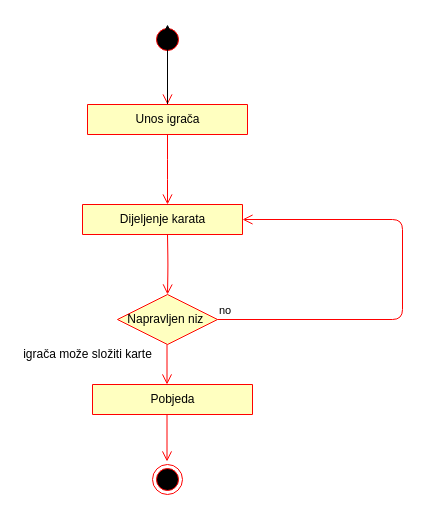
Before: page "Activity:Igranje Solitaire" (2 of 3) of dijagram.drawio in NinaMaretic/Solitaire, a draw.io diagram. Source tidied: cells renumbered, new cells numbered last; positions are measured from the earlier drawing's top-left corner, leaving out a move shared by most shapes. Both pictures are drawn from the tidied source at 100%, with x=0, y=0 at pixel (17, 24).
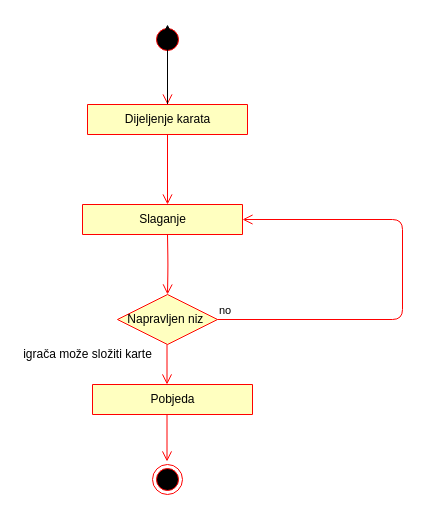
Above is the later version.

The edit, as a diff of the source:
```diff
@@
-    <mxCell id="8" style="edgeStyle=orthogonalEdgeStyle;rounded=0;jettySize=auto;html=1;" parent="1" edge="1" source="9">
+    <mxCell id="8" style="edgeStyle=orthogonalEdgeStyle;rounded=0;orthogonalLoop=1;jettySize=auto;html=1;" parent="1" edge="1">
       <mxGeometry relative="1" as="geometry">
+        <mxPoint x="150" y="80" as="sourcePoint" />
         <mxPoint x="150" as="targetPoint" />
       </mxGeometry>
     </mxCell>
-    <mxCell id="9" value="&lt;span style=&quot;font-weight: 400&quot;&gt;Unos igrača&lt;/span&gt;" style="swimlane;html=1;fontStyle=1;align=center;verticalAlign=middle;horizontal=1;startSize=30;fontColor=#000000;rounded=1;arcSize=30;strokeColor=#ff0000;fillColor=#ffffc0;swimlaneFillColor=#ffffc0;" parent="1" vertex="1">
-      <mxGeometry x="70" y="80" width="160" height="30" as="geometry" />
-    </mxCell>
-    <mxCell id="10" style="edgeStyle=orthogonalEdgeStyle;html=1;verticalAlign=bottom;endArrow=open;endSize=8;strokeColor=#ff0000;exitX=0.5;exitY=1;exitDx=0;exitDy=0;" parent="1" edge="1" source="9">
+    <mxCell id="10" style="edgeStyle=orthogonalEdgeStyle;html=1;verticalAlign=bottom;endArrow=open;endSize=8;strokeColor=#ff0000;exitX=0.5;exitY=1;exitDx=0;exitDy=0;" parent="1" edge="1">
       <mxGeometry relative="1" as="geometry">
+        <mxPoint x="150" y="110" as="sourcePoint" />
         <mxPoint x="150" y="180" as="targetPoint" />
       </mxGeometry>
     </mxCell>
-    <mxCell id="11" value="&lt;span style=&quot;font-weight: 400&quot;&gt;Dijeljenje karata&lt;/span&gt;" style="swimlane;html=1;fontStyle=1;align=center;verticalAlign=middle;horizontal=1;startSize=30;fontColor=#000000;rounded=1;arcSize=30;strokeColor=#ff0000;fillColor=#ffffc0;swimlaneFillColor=#ffffc0;" parent="1" vertex="1">
+    <mxCell id="11" value="&lt;span style=&quot;font-weight: 400&quot;&gt;Slaganje&lt;/span&gt;" style="swimlane;html=1;fontStyle=1;align=center;verticalAlign=middle;horizontal=1;startSize=30;fontColor=#000000;rounded=1;arcSize=30;strokeColor=#ff0000;fillColor=#ffffc0;swimlaneFillColor=#ffffc0;" parent="1" vertex="1">
       <mxGeometry x="65" y="180" width="160" height="30" as="geometry" />
     </mxCell>
@@
+    <mxCell id="17" value="&lt;span style=&quot;font-weight: 400&quot;&gt;Dijeljenje karata&lt;/span&gt;" style="swimlane;html=1;fontStyle=1;align=center;verticalAlign=middle;horizontal=1;startSize=30;fontColor=#000000;rounded=1;arcSize=30;strokeColor=#ff0000;fillColor=#ffffc0;swimlaneFillColor=#ffffc0;" parent="1" vertex="1">
+      <mxGeometry x="70" y="80" width="160" height="30" as="geometry" />
+    </mxCell>
```
